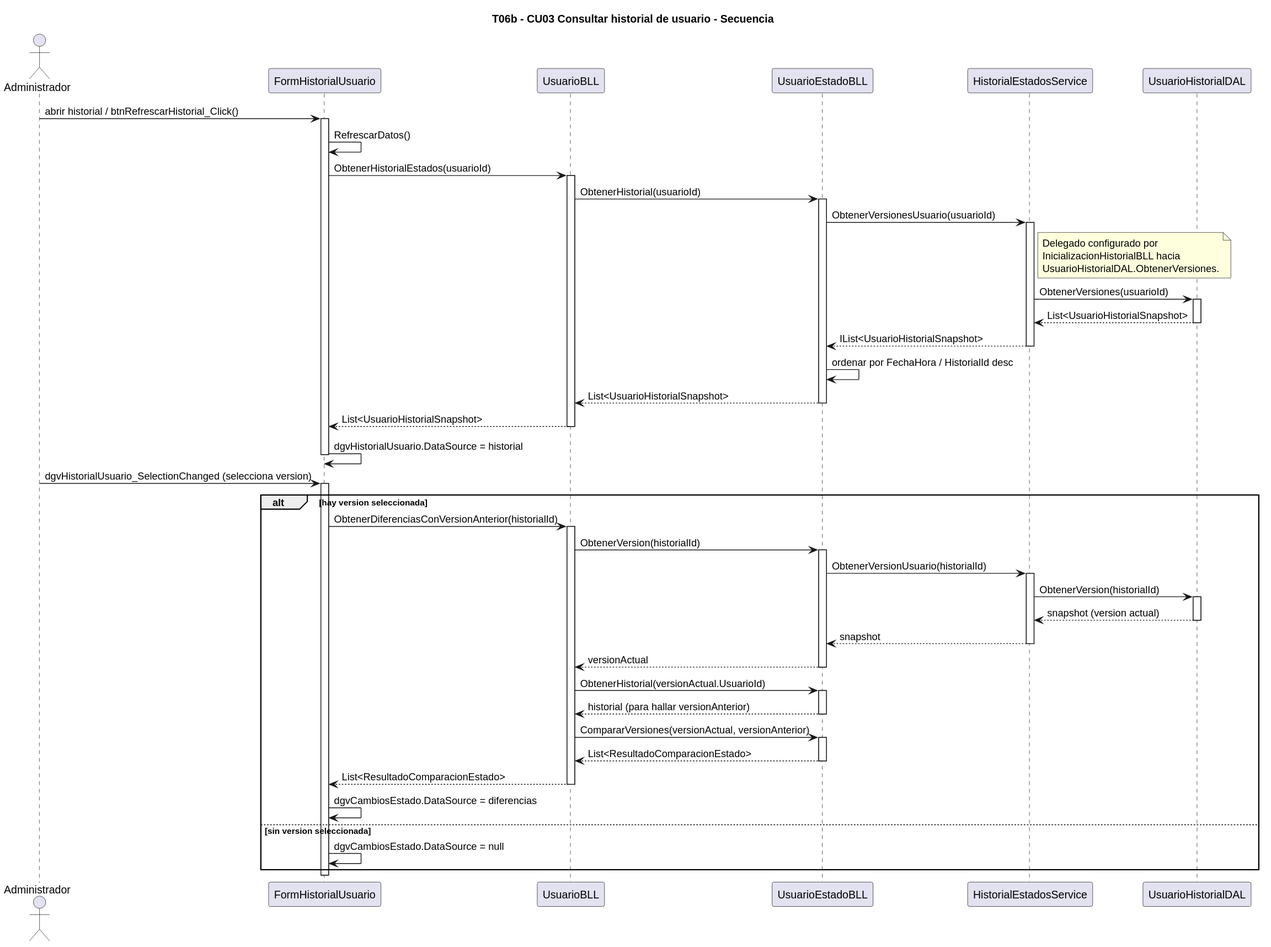
aggutierrez98/TP-TD keeps this PlantUML diagram as diagramas/T06b-control-cambios/T06b-control-cambios-CU03-consultar-historial-secuencia.svg. Above is the earlier version. Its diagram source:
```plantuml
@startuml
title T06b - CU03 Consultar historial de usuario - Secuencia

actor Administrador
participant "FormHistorialUsuario" as FormHistorialUsuario
participant "UsuarioBLL" as UsuarioBLL
participant "UsuarioEstadoBLL" as UsuarioEstadoBLL
participant "HistorialEstadosService" as HistorialEstadosService
participant "UsuarioHistorialDAL" as UsuarioHistorialDAL

Administrador -> FormHistorialUsuario : abrir historial / btnRefrescarHistorial_Click()
activate FormHistorialUsuario
FormHistorialUsuario -> FormHistorialUsuario : RefrescarDatos()
FormHistorialUsuario -> UsuarioBLL : ObtenerHistorialEstados(usuarioId)
activate UsuarioBLL
UsuarioBLL -> UsuarioEstadoBLL : ObtenerHistorial(usuarioId)
activate UsuarioEstadoBLL
UsuarioEstadoBLL -> HistorialEstadosService : ObtenerVersionesUsuario(usuarioId)
activate HistorialEstadosService

note right of HistorialEstadosService
  Delegado configurado por
  InicializacionHistorialBLL hacia
  UsuarioHistorialDAL.ObtenerVersiones.
end note

HistorialEstadosService -> UsuarioHistorialDAL : ObtenerVersiones(usuarioId)
activate UsuarioHistorialDAL
UsuarioHistorialDAL --> HistorialEstadosService : List<UsuarioHistorialSnapshot>
deactivate UsuarioHistorialDAL
HistorialEstadosService --> UsuarioEstadoBLL : IList<UsuarioHistorialSnapshot>
deactivate HistorialEstadosService
UsuarioEstadoBLL -> UsuarioEstadoBLL : ordenar por FechaHora / HistorialId desc
UsuarioEstadoBLL --> UsuarioBLL : List<UsuarioHistorialSnapshot>
deactivate UsuarioEstadoBLL
UsuarioBLL --> FormHistorialUsuario : List<UsuarioHistorialSnapshot>
deactivate UsuarioBLL
FormHistorialUsuario -> FormHistorialUsuario : dgvHistorialUsuario.DataSource = historial
deactivate FormHistorialUsuario

Administrador -> FormHistorialUsuario : dgvHistorialUsuario_SelectionChanged (selecciona version)
activate FormHistorialUsuario
alt hay version seleccionada
  FormHistorialUsuario -> UsuarioBLL : ObtenerDiferenciasConVersionAnterior(historialId)
  activate UsuarioBLL
  UsuarioBLL -> UsuarioEstadoBLL : ObtenerVersion(historialId)
  activate UsuarioEstadoBLL
  UsuarioEstadoBLL -> HistorialEstadosService : ObtenerVersionUsuario(historialId)
  activate HistorialEstadosService
  HistorialEstadosService -> UsuarioHistorialDAL : ObtenerVersion(historialId)
  activate UsuarioHistorialDAL
  UsuarioHistorialDAL --> HistorialEstadosService : snapshot (version actual)
  deactivate UsuarioHistorialDAL
  HistorialEstadosService --> UsuarioEstadoBLL : snapshot
  deactivate HistorialEstadosService
  UsuarioEstadoBLL --> UsuarioBLL : versionActual
  deactivate UsuarioEstadoBLL
  UsuarioBLL -> UsuarioEstadoBLL : ObtenerHistorial(versionActual.UsuarioId)
  activate UsuarioEstadoBLL
  UsuarioEstadoBLL --> UsuarioBLL : historial (para hallar versionAnterior)
  deactivate UsuarioEstadoBLL
  UsuarioBLL -> UsuarioEstadoBLL : CompararVersiones(versionActual, versionAnterior)
  activate UsuarioEstadoBLL
  UsuarioEstadoBLL --> UsuarioBLL : List<ResultadoComparacionEstado>
  deactivate UsuarioEstadoBLL
  UsuarioBLL --> FormHistorialUsuario : List<ResultadoComparacionEstado>
  deactivate UsuarioBLL
  FormHistorialUsuario -> FormHistorialUsuario : dgvCambiosEstado.DataSource = diferencias
else sin version seleccionada
  FormHistorialUsuario -> FormHistorialUsuario : dgvCambiosEstado.DataSource = null
end
deactivate FormHistorialUsuario
@enduml
```
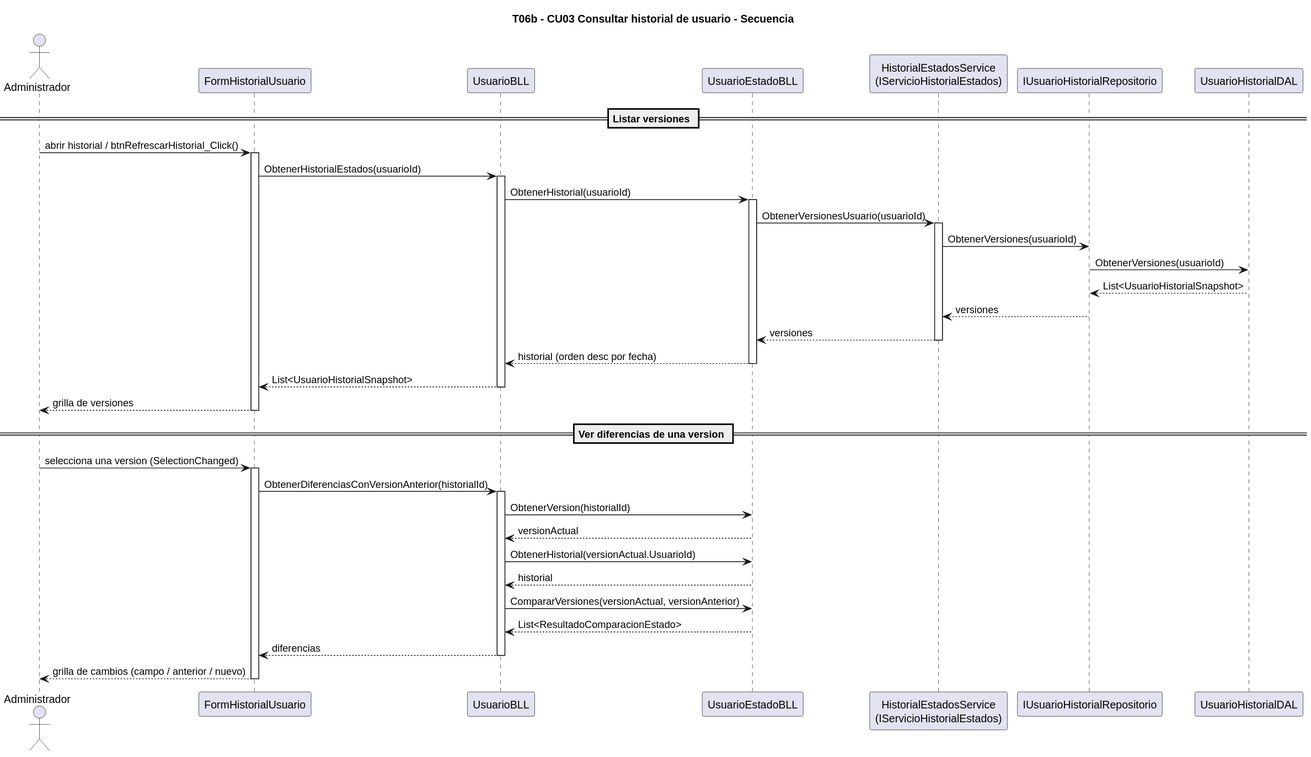
Later version of the same file.

Change to the diagram source:
```diff
@@ -1,73 +1,52 @@
 @startuml
 title T06b - CU03 Consultar historial de usuario - Secuencia
 
-actor Administrador
-participant "FormHistorialUsuario" as FormHistorialUsuario
-participant "UsuarioBLL" as UsuarioBLL
-participant "UsuarioEstadoBLL" as UsuarioEstadoBLL
-participant "HistorialEstadosService" as HistorialEstadosService
-participant "UsuarioHistorialDAL" as UsuarioHistorialDAL
+skinparam backgroundColor white
+skinparam shadowing false
 
-Administrador -> FormHistorialUsuario : abrir historial / btnRefrescarHistorial_Click()
-activate FormHistorialUsuario
-FormHistorialUsuario -> FormHistorialUsuario : RefrescarDatos()
-FormHistorialUsuario -> UsuarioBLL : ObtenerHistorialEstados(usuarioId)
-activate UsuarioBLL
-UsuarioBLL -> UsuarioEstadoBLL : ObtenerHistorial(usuarioId)
-activate UsuarioEstadoBLL
-UsuarioEstadoBLL -> HistorialEstadosService : ObtenerVersionesUsuario(usuarioId)
-activate HistorialEstadosService
+actor Administrador as Admin
+participant "FormHistorialUsuario" as Form
+participant "UsuarioBLL" as UBLL
+participant "UsuarioEstadoBLL" as EBLL
+participant "HistorialEstadosService\n(IServicioHistorialEstados)" as Hist
+participant "IUsuarioHistorialRepositorio" as Repo
+participant "UsuarioHistorialDAL" as DAL
 
-note right of HistorialEstadosService
-  Delegado configurado por
-  InicializacionHistorialBLL hacia
-  UsuarioHistorialDAL.ObtenerVersiones.
-end note
+== Listar versiones ==
+Admin -> Form : abrir historial / btnRefrescarHistorial_Click()
+activate Form
+Form -> UBLL : ObtenerHistorialEstados(usuarioId)
+activate UBLL
+UBLL -> EBLL : ObtenerHistorial(usuarioId)
+activate EBLL
+EBLL -> Hist : ObtenerVersionesUsuario(usuarioId)
+activate Hist
+Hist -> Repo : ObtenerVersiones(usuarioId)
+Repo -> DAL : ObtenerVersiones(usuarioId)
+DAL --> Repo : List<UsuarioHistorialSnapshot>
+Repo --> Hist : versiones
+Hist --> EBLL : versiones
+deactivate Hist
+EBLL --> UBLL : historial (orden desc por fecha)
+deactivate EBLL
+UBLL --> Form : List<UsuarioHistorialSnapshot>
+deactivate UBLL
+Form --> Admin : grilla de versiones
+deactivate Form
 
-HistorialEstadosService -> UsuarioHistorialDAL : ObtenerVersiones(usuarioId)
-activate UsuarioHistorialDAL
-UsuarioHistorialDAL --> HistorialEstadosService : List<UsuarioHistorialSnapshot>
-deactivate UsuarioHistorialDAL
-HistorialEstadosService --> UsuarioEstadoBLL : IList<UsuarioHistorialSnapshot>
-deactivate HistorialEstadosService
-UsuarioEstadoBLL -> UsuarioEstadoBLL : ordenar por FechaHora / HistorialId desc
-UsuarioEstadoBLL --> UsuarioBLL : List<UsuarioHistorialSnapshot>
-deactivate UsuarioEstadoBLL
-UsuarioBLL --> FormHistorialUsuario : List<UsuarioHistorialSnapshot>
-deactivate UsuarioBLL
-FormHistorialUsuario -> FormHistorialUsuario : dgvHistorialUsuario.DataSource = historial
-deactivate FormHistorialUsuario
-
-Administrador -> FormHistorialUsuario : dgvHistorialUsuario_SelectionChanged (selecciona version)
-activate FormHistorialUsuario
-alt hay version seleccionada
-  FormHistorialUsuario -> UsuarioBLL : ObtenerDiferenciasConVersionAnterior(historialId)
-  activate UsuarioBLL
-  UsuarioBLL -> UsuarioEstadoBLL : ObtenerVersion(historialId)
-  activate UsuarioEstadoBLL
-  UsuarioEstadoBLL -> HistorialEstadosService : ObtenerVersionUsuario(historialId)
-  activate HistorialEstadosService
-  HistorialEstadosService -> UsuarioHistorialDAL : ObtenerVersion(historialId)
-  activate UsuarioHistorialDAL
-  UsuarioHistorialDAL --> HistorialEstadosService : snapshot (version actual)
-  deactivate UsuarioHistorialDAL
-  HistorialEstadosService --> UsuarioEstadoBLL : snapshot
-  deactivate HistorialEstadosService
-  UsuarioEstadoBLL --> UsuarioBLL : versionActual
-  deactivate UsuarioEstadoBLL
-  UsuarioBLL -> UsuarioEstadoBLL : ObtenerHistorial(versionActual.UsuarioId)
-  activate UsuarioEstadoBLL
-  UsuarioEstadoBLL --> UsuarioBLL : historial (para hallar versionAnterior)
-  deactivate UsuarioEstadoBLL
-  UsuarioBLL -> UsuarioEstadoBLL : CompararVersiones(versionActual, versionAnterior)
-  activate UsuarioEstadoBLL
-  UsuarioEstadoBLL --> UsuarioBLL : List<ResultadoComparacionEstado>
-  deactivate UsuarioEstadoBLL
-  UsuarioBLL --> FormHistorialUsuario : List<ResultadoComparacionEstado>
-  deactivate UsuarioBLL
-  FormHistorialUsuario -> FormHistorialUsuario : dgvCambiosEstado.DataSource = diferencias
-else sin version seleccionada
-  FormHistorialUsuario -> FormHistorialUsuario : dgvCambiosEstado.DataSource = null
-end
-deactivate FormHistorialUsuario
+== Ver diferencias de una version ==
+Admin -> Form : selecciona una version (SelectionChanged)
+activate Form
+Form -> UBLL : ObtenerDiferenciasConVersionAnterior(historialId)
+activate UBLL
+UBLL -> EBLL : ObtenerVersion(historialId)
+EBLL --> UBLL : versionActual
+UBLL -> EBLL : ObtenerHistorial(versionActual.UsuarioId)
+EBLL --> UBLL : historial
+UBLL -> EBLL : CompararVersiones(versionActual, versionAnterior)
+EBLL --> UBLL : List<ResultadoComparacionEstado>
+UBLL --> Form : diferencias
+deactivate UBLL
+Form --> Admin : grilla de cambios (campo / anterior / nuevo)
+deactivate Form
 @enduml
```
